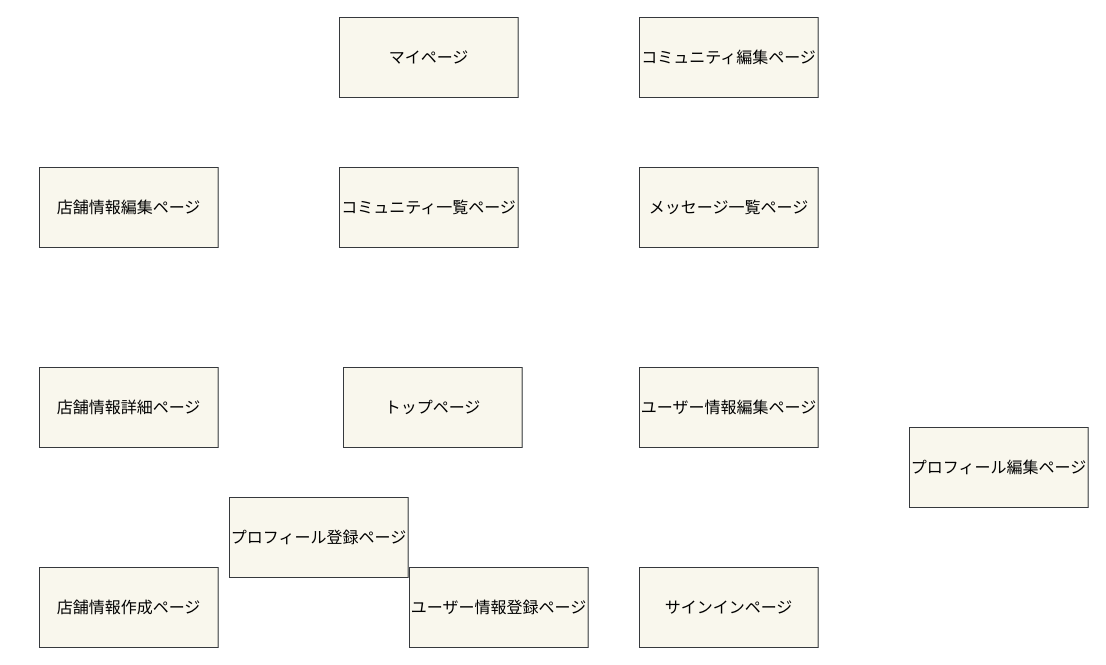
Above: local-eating(map).dio in fujiidan/local-eating (draw.io), before the change. Source tidied: cells renumbered, new cells numbered last; positions are measured from the earlier drawing's top-left corner, leaving out a move shared by most shapes. Both pictures are drawn from the tidied source at 100%, with x=0, y=0 at pixel (39, 17).
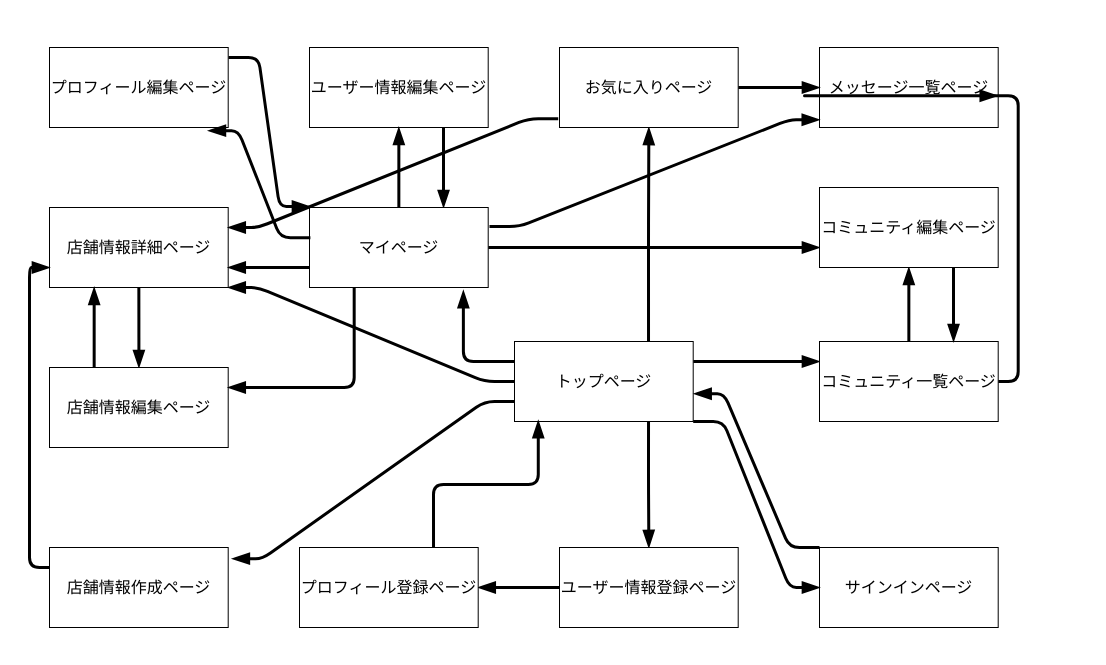
The same page after the edit.

Change to the diagram source:
```diff
@@
-    <mxCell id="2" value="メッセージ一覧ページ" style="rounded=0;whiteSpace=wrap;html=1;fillColor=#f9f7ed;strokeColor=#36393d;fontColor=#000000;fontSize=16;" parent="1" vertex="1">
-      <mxGeometry x="600" y="150" width="178.7" height="80" as="geometry" />
+    <mxCell id="2" value="メッセージ一覧ページ" style="rounded=0;whiteSpace=wrap;html=1;fontSize=16;fontColor=#000000;" parent="1" vertex="1">
+      <mxGeometry x="780" y="30" width="178.7" height="80" as="geometry" />
     </mxCell>
+    <mxCell id="15" style="edgeStyle=orthogonalEdgeStyle;curved=0;rounded=1;sketch=0;jettySize=auto;html=1;exitX=0.75;exitY=1;exitDx=0;exitDy=0;entryX=0.5;entryY=0;entryDx=0;entryDy=0;startSize=6;endArrow=blockThin;endFill=1;endSize=10;strokeWidth=3;strokeColor=#000000;fontColor=#000000;" parent="1" edge="1" source="3" target="12">
+      <mxGeometry relative="1" as="geometry" />
+    </mxCell>
+    <mxCell id="16" style="edgeStyle=orthogonalEdgeStyle;curved=0;rounded=1;sketch=0;jettySize=auto;html=1;exitX=0;exitY=0.25;exitDx=0;exitDy=0;entryX=0.861;entryY=1.04;entryDx=0;entryDy=0;entryPerimeter=0;startSize=6;endArrow=blockThin;endFill=1;endSize=10;strokeWidth=3;strokeColor=#000000;fontColor=#000000;" parent="1" edge="1" source="3" target="10">
+      <mxGeometry relative="1" as="geometry" />
+    </mxCell>
+    <mxCell id="17" style="edgeStyle=orthogonalEdgeStyle;curved=0;rounded=1;sketch=0;jettySize=auto;html=1;exitX=0.75;exitY=0;exitDx=0;exitDy=0;entryX=0.5;entryY=1;entryDx=0;entryDy=0;startSize=6;endArrow=blockThin;endFill=1;endSize=10;strokeWidth=3;strokeColor=#000000;fontColor=#000000;" parent="1" edge="1" source="3" target="33">
+      <mxGeometry relative="1" as="geometry" />
+    </mxCell>
+    <mxCell id="18" style="edgeStyle=orthogonalEdgeStyle;curved=0;rounded=1;sketch=0;jettySize=auto;html=1;exitX=1;exitY=0.25;exitDx=0;exitDy=0;entryX=0;entryY=0.25;entryDx=0;entryDy=0;startSize=6;endArrow=blockThin;endFill=1;endSize=10;strokeWidth=3;strokeColor=#000000;fontColor=#000000;" parent="1" edge="1" source="3" target="6">
+      <mxGeometry relative="1" as="geometry" />
+    </mxCell>
-    <mxCell id="3" value="トップページ" style="rounded=0;whiteSpace=wrap;html=1;fillColor=#f9f7ed;strokeColor=#36393d;fontColor=#000000;fontSize=16;" parent="1" vertex="1">
-      <mxGeometry x="304" y="350" width="178.7" height="80" as="geometry" />
+    <mxCell id="3" value="トップページ" style="rounded=0;whiteSpace=wrap;html=1;fontSize=16;fontColor=#000000;" parent="1" vertex="1">
+      <mxGeometry x="475" y="324" width="178.7" height="80" as="geometry" />
     </mxCell>
+    <mxCell id="19" style="edgeStyle=orthogonalEdgeStyle;curved=0;rounded=1;sketch=0;jettySize=auto;html=1;exitX=0.75;exitY=1;exitDx=0;exitDy=0;entryX=0.75;entryY=0;entryDx=0;entryDy=0;startSize=6;endArrow=blockThin;endFill=1;endSize=10;strokeWidth=3;strokeColor=#000000;fontColor=#000000;" parent="1" edge="1" source="4" target="10">
+      <mxGeometry relative="1" as="geometry" />
+    </mxCell>
-    <mxCell id="4" value="ユーザー情報編集ページ" style="rounded=0;whiteSpace=wrap;html=1;fillColor=#f9f7ed;strokeColor=#36393d;fontColor=#000000;fontSize=16;" parent="1" vertex="1">
-      <mxGeometry x="600" y="350" width="178.7" height="80" as="geometry" />
+    <mxCell id="4" value="ユーザー情報編集ページ" style="rounded=0;whiteSpace=wrap;html=1;fontSize=16;fontColor=#000000;" parent="1" vertex="1">
+      <mxGeometry x="270" y="30" width="178.7" height="80" as="geometry" />
     </mxCell>
+    <mxCell id="20" style="edgeStyle=orthogonalEdgeStyle;curved=0;rounded=1;sketch=0;jettySize=auto;html=1;exitX=0.5;exitY=1;exitDx=0;exitDy=0;startSize=6;endArrow=blockThin;endFill=1;endSize=10;strokeWidth=3;strokeColor=#000000;fontColor=#000000;" parent="1" edge="1" source="5" target="9">
+      <mxGeometry relative="1" as="geometry" />
+    </mxCell>
-    <mxCell id="5" value="店舗情報詳細ページ" style="rounded=0;whiteSpace=wrap;html=1;fillColor=#f9f7ed;strokeColor=#36393d;fontColor=#000000;fontSize=16;" parent="1" vertex="1">
-      <mxGeometry y="350" width="178.7" height="80" as="geometry" />
+    <mxCell id="5" value="店舗情報詳細ページ" style="rounded=0;whiteSpace=wrap;html=1;fontSize=16;fontColor=#000000;" parent="1" vertex="1">
+      <mxGeometry x="10" y="190" width="178.7" height="80" as="geometry" />
     </mxCell>
+    <mxCell id="21" style="edgeStyle=orthogonalEdgeStyle;curved=0;rounded=1;sketch=0;jettySize=auto;html=1;exitX=0.5;exitY=0;exitDx=0;exitDy=0;entryX=0.5;entryY=1;entryDx=0;entryDy=0;startSize=6;endArrow=blockThin;endFill=1;endSize=10;strokeWidth=3;strokeColor=#000000;fontColor=#000000;" parent="1" edge="1" source="6" target="11">
+      <mxGeometry relative="1" as="geometry" />
+    </mxCell>
+    <mxCell id="22" style="edgeStyle=orthogonalEdgeStyle;curved=0;rounded=1;sketch=0;jettySize=auto;html=1;exitX=1;exitY=0.5;exitDx=0;exitDy=0;entryX=0.995;entryY=0.603;entryDx=0;entryDy=0;entryPerimeter=0;startSize=6;endArrow=blockThin;endFill=1;endSize=10;strokeWidth=3;strokeColor=#000000;fontColor=#000000;" parent="1" edge="1" source="6" target="2">
+      <mxGeometry relative="1" as="geometry" />
+    </mxCell>
-    <mxCell id="6" value="コミュニティ一覧ページ" style="rounded=0;whiteSpace=wrap;html=1;fillColor=#f9f7ed;strokeColor=#36393d;fontColor=#000000;fontSize=16;" parent="1" vertex="1">
-      <mxGeometry x="300" y="150" width="178.7" height="80" as="geometry" />
+    <mxCell id="6" value="コミュニティ一覧ページ" style="rounded=0;whiteSpace=wrap;html=1;fontSize=16;fontColor=#000000;" parent="1" vertex="1">
+      <mxGeometry x="780" y="324" width="178.7" height="80" as="geometry" />
     </mxCell>
-    <mxCell id="7" value="サインインページ" style="rounded=0;whiteSpace=wrap;html=1;fillColor=#f9f7ed;strokeColor=#36393d;fontColor=#000000;fontSize=16;" parent="1" vertex="1">
-      <mxGeometry x="600" y="550" width="178.7" height="80" as="geometry" />
+    <mxCell id="7" value="サインインページ" style="rounded=0;whiteSpace=wrap;html=1;fontSize=16;fontColor=#000000;" parent="1" vertex="1">
+      <mxGeometry x="780" y="530" width="178.7" height="80" as="geometry" />
     </mxCell>
+    <mxCell id="23" style="edgeStyle=orthogonalEdgeStyle;curved=0;rounded=1;sketch=0;jettySize=auto;html=1;exitX=0;exitY=0.25;exitDx=0;exitDy=0;entryX=0;entryY=0.75;entryDx=0;entryDy=0;startSize=6;endArrow=blockThin;endFill=1;endSize=10;strokeWidth=3;strokeColor=#000000;fontColor=#000000;" parent="1" edge="1" source="8" target="5">
+      <mxGeometry relative="1" as="geometry" />
+    </mxCell>
-    <mxCell id="8" value="店舗情報作成ページ" style="rounded=0;whiteSpace=wrap;html=1;fillColor=#f9f7ed;strokeColor=#36393d;fontColor=#000000;fontSize=16;" parent="1" vertex="1">
-      <mxGeometry y="550" width="178.7" height="80" as="geometry" />
+    <mxCell id="8" value="店舗情報作成ページ" style="rounded=0;whiteSpace=wrap;html=1;fontSize=16;fontColor=#000000;" parent="1" vertex="1">
+      <mxGeometry x="10" y="530" width="178.7" height="80" as="geometry" />
     </mxCell>
+    <mxCell id="24" style="edgeStyle=orthogonalEdgeStyle;curved=0;rounded=1;sketch=0;jettySize=auto;html=1;exitX=0.25;exitY=0;exitDx=0;exitDy=0;entryX=0.25;entryY=1;entryDx=0;entryDy=0;startSize=6;endArrow=blockThin;endFill=1;endSize=10;strokeWidth=3;strokeColor=#000000;fontColor=#000000;" parent="1" edge="1" source="9" target="5">
+      <mxGeometry relative="1" as="geometry" />
+    </mxCell>
-    <mxCell id="9" value="店舗情報編集ページ" style="rounded=0;whiteSpace=wrap;html=1;fillColor=#f9f7ed;strokeColor=#36393d;fontColor=#000000;fontSize=16;" parent="1" vertex="1">
-      <mxGeometry y="150" width="178.7" height="80" as="geometry" />
+    <mxCell id="9" value="店舗情報編集ページ" style="rounded=0;whiteSpace=wrap;html=1;fontSize=16;fontColor=#000000;" parent="1" vertex="1">
+      <mxGeometry x="10" y="350" width="178.7" height="80" as="geometry" />
     </mxCell>
+    <mxCell id="25" style="edgeStyle=orthogonalEdgeStyle;curved=0;rounded=1;sketch=0;jettySize=auto;html=1;exitX=0.5;exitY=0;exitDx=0;exitDy=0;entryX=0.5;entryY=1;entryDx=0;entryDy=0;startSize=6;endArrow=blockThin;endFill=1;endSize=10;strokeWidth=3;strokeColor=#000000;fontColor=#000000;" parent="1" edge="1" source="10" target="4">
+      <mxGeometry relative="1" as="geometry" />
+    </mxCell>
+    <mxCell id="26" style="edgeStyle=orthogonalEdgeStyle;curved=0;rounded=1;sketch=0;jettySize=auto;html=1;exitX=0.25;exitY=1;exitDx=0;exitDy=0;entryX=1;entryY=0.25;entryDx=0;entryDy=0;startSize=6;endArrow=blockThin;endFill=1;endSize=10;strokeWidth=3;strokeColor=#000000;fontColor=#000000;" parent="1" edge="1" source="10" target="9">
+      <mxGeometry relative="1" as="geometry" />
+    </mxCell>
+    <mxCell id="27" style="edgeStyle=orthogonalEdgeStyle;curved=0;rounded=1;sketch=0;jettySize=auto;html=1;exitX=1;exitY=0.5;exitDx=0;exitDy=0;entryX=0;entryY=0.75;entryDx=0;entryDy=0;startSize=6;endArrow=blockThin;endFill=1;endSize=10;strokeWidth=3;strokeColor=#000000;fontColor=#000000;" parent="1" edge="1" source="10" target="11">
+      <mxGeometry relative="1" as="geometry" />
+    </mxCell>
+    <mxCell id="28" style="edgeStyle=orthogonalEdgeStyle;curved=0;rounded=1;sketch=0;jettySize=auto;html=1;exitX=0;exitY=0.75;exitDx=0;exitDy=0;entryX=1;entryY=0.75;entryDx=0;entryDy=0;startSize=6;endArrow=blockThin;endFill=1;endSize=10;strokeWidth=3;strokeColor=#000000;fontColor=#000000;" parent="1" edge="1" source="10" target="5">
+      <mxGeometry relative="1" as="geometry" />
+    </mxCell>
-    <mxCell id="10" value="マイページ" style="rounded=0;whiteSpace=wrap;html=1;fillColor=#f9f7ed;strokeColor=#36393d;fontColor=#000000;fontSize=16;" parent="1" vertex="1">
-      <mxGeometry x="300" width="178.7" height="80" as="geometry" />
+    <mxCell id="10" value="マイページ" style="rounded=0;whiteSpace=wrap;html=1;fontSize=16;fontColor=#000000;" parent="1" vertex="1">
+      <mxGeometry x="270" y="190" width="178.7" height="80" as="geometry" />
     </mxCell>
+    <mxCell id="29" style="edgeStyle=orthogonalEdgeStyle;curved=0;rounded=1;sketch=0;jettySize=auto;html=1;exitX=0.75;exitY=1;exitDx=0;exitDy=0;entryX=0.75;entryY=0;entryDx=0;entryDy=0;startSize=6;endArrow=blockThin;endFill=1;endSize=10;strokeWidth=3;strokeColor=#000000;fontColor=#000000;" parent="1" edge="1" source="11" target="6">
+      <mxGeometry relative="1" as="geometry" />
+    </mxCell>
-    <mxCell id="11" value="コミュニティ編集ページ" style="rounded=0;whiteSpace=wrap;html=1;fillColor=#f9f7ed;strokeColor=#36393d;fontColor=#000000;fontSize=16;" parent="1" vertex="1">
-      <mxGeometry x="600" width="178.7" height="80" as="geometry" />
+    <mxCell id="11" value="コミュニティ編集ページ" style="rounded=0;whiteSpace=wrap;html=1;fontSize=16;fontColor=#000000;" parent="1" vertex="1">
+      <mxGeometry x="780" y="170" width="178.7" height="80" as="geometry" />
     </mxCell>
+    <mxCell id="30" style="edgeStyle=orthogonalEdgeStyle;curved=0;rounded=1;sketch=0;jettySize=auto;html=1;exitX=0;exitY=0.5;exitDx=0;exitDy=0;entryX=1;entryY=0.5;entryDx=0;entryDy=0;startSize=6;endArrow=blockThin;endFill=1;endSize=10;strokeWidth=3;strokeColor=#000000;fontColor=#000000;" parent="1" edge="1" source="12" target="14">
+      <mxGeometry relative="1" as="geometry" />
+    </mxCell>
-    <mxCell id="12" value="ユーザー情報登録ページ" style="rounded=0;whiteSpace=wrap;html=1;fillColor=#f9f7ed;strokeColor=#36393d;fontColor=#000000;fontSize=16;" parent="1" vertex="1">
-      <mxGeometry x="370" y="550" width="178.7" height="80" as="geometry" />
+    <mxCell id="12" value="ユーザー情報登録ページ" style="rounded=0;whiteSpace=wrap;html=1;fontSize=16;fontColor=#000000;" parent="1" vertex="1">
+      <mxGeometry x="520" y="530" width="178.7" height="80" as="geometry" />
     </mxCell>
-    <mxCell id="13" value="プロフィール編集ページ" style="rounded=0;whiteSpace=wrap;html=1;fillColor=#f9f7ed;strokeColor=#36393d;fontColor=#000000;fontSize=16;" parent="1" vertex="1">
-      <mxGeometry x="870" y="410" width="178.7" height="80" as="geometry" />
+    <mxCell id="13" value="プロフィール編集ページ" style="rounded=0;whiteSpace=wrap;html=1;fontSize=16;fontColor=#000000;" parent="1" vertex="1">
+      <mxGeometry x="10" y="30" width="178.7" height="80" as="geometry" />
     </mxCell>
+    <mxCell id="31" style="edgeStyle=orthogonalEdgeStyle;curved=0;rounded=1;sketch=0;jettySize=auto;html=1;exitX=0.75;exitY=0;exitDx=0;exitDy=0;entryX=0.133;entryY=0.99;entryDx=0;entryDy=0;entryPerimeter=0;startSize=6;endArrow=blockThin;endFill=1;endSize=10;strokeWidth=3;strokeColor=#000000;fontColor=#000000;" parent="1" edge="1" source="14" target="3">
+      <mxGeometry relative="1" as="geometry" />
+    </mxCell>
-    <mxCell id="14" value="プロフィール登録ページ" style="rounded=0;whiteSpace=wrap;html=1;fillColor=#f9f7ed;strokeColor=#36393d;fontColor=#000000;fontSize=16;" parent="1" vertex="1">
-      <mxGeometry x="190" y="480" width="178.7" height="80" as="geometry" />
+    <mxCell id="14" value="プロフィール登録ページ" style="rounded=0;whiteSpace=wrap;html=1;fontSize=16;fontColor=#000000;" parent="1" vertex="1">
+      <mxGeometry x="260" y="530" width="178.7" height="80" as="geometry" />
     </mxCell>
+    <mxCell id="32" style="edgeStyle=orthogonalEdgeStyle;curved=0;rounded=1;sketch=0;jettySize=auto;html=1;exitX=1;exitY=0.5;exitDx=0;exitDy=0;entryX=0;entryY=0.5;entryDx=0;entryDy=0;startSize=6;endArrow=blockThin;endFill=1;endSize=10;strokeWidth=3;strokeColor=#000000;fontColor=#000000;" parent="1" edge="1" source="33" target="2">
+      <mxGeometry relative="1" as="geometry" />
+    </mxCell>
+    <mxCell id="33" value="お気に入りページ" style="rounded=0;whiteSpace=wrap;html=1;fontSize=16;fontColor=#000000;" parent="1" vertex="1">
+      <mxGeometry x="520" y="30" width="178.7" height="80" as="geometry" />
+    </mxCell>
+    <mxCell id="34" style="edgeStyle=entityRelationEdgeStyle;fontSize=12;html=1;endArrow=blockThin;endFill=1;strokeWidth=3;endSize=10;exitX=0;exitY=0.75;exitDx=0;exitDy=0;entryX=1.023;entryY=0.14;entryDx=0;entryDy=0;entryPerimeter=0;strokeColor=#000000;fontColor=#000000;" parent="1" edge="1" source="3" target="8">
+      <mxGeometry relative="1" as="geometry" />
+    </mxCell>
+    <mxCell id="35" style="edgeStyle=entityRelationEdgeStyle;fontSize=12;html=1;endArrow=blockThin;endFill=1;strokeWidth=3;endSize=10;entryX=0;entryY=0.5;entryDx=0;entryDy=0;exitX=1;exitY=1;exitDx=0;exitDy=0;strokeColor=#000000;fontColor=#000000;" parent="1" edge="1" source="3" target="7">
+      <mxGeometry relative="1" as="geometry" />
+    </mxCell>
+    <mxCell id="36" style="edgeStyle=entityRelationEdgeStyle;fontSize=12;html=1;endArrow=blockThin;endFill=1;strokeWidth=3;endSize=10;entryX=-0.001;entryY=0.903;entryDx=0;entryDy=0;entryPerimeter=0;strokeColor=#000000;fontColor=#000000;" parent="1" edge="1" target="2">
+      <mxGeometry relative="1" as="geometry">
+        <mxPoint x="450" y="209" as="sourcePoint" />
+      </mxGeometry>
+    </mxCell>
+    <mxCell id="37" style="edgeStyle=entityRelationEdgeStyle;fontSize=12;html=1;endArrow=blockThin;endFill=1;strokeWidth=3;endSize=10;exitX=-0.007;exitY=0.89;exitDx=0;exitDy=0;entryX=1;entryY=0.25;entryDx=0;entryDy=0;exitPerimeter=0;strokeColor=#000000;fontColor=#000000;" parent="1" edge="1" source="33" target="5">
+      <mxGeometry relative="1" as="geometry" />
+    </mxCell>
+    <mxCell id="38" style="edgeStyle=entityRelationEdgeStyle;fontSize=12;html=1;endArrow=blockThin;endFill=1;strokeWidth=3;endSize=10;entryX=1.005;entryY=0.653;entryDx=0;entryDy=0;entryPerimeter=0;exitX=0;exitY=0;exitDx=0;exitDy=0;strokeColor=#000000;fontColor=#000000;" parent="1" edge="1" source="7" target="3">
+      <mxGeometry relative="1" as="geometry" />
+    </mxCell>
+    <mxCell id="39" style="edgeStyle=entityRelationEdgeStyle;fontSize=12;html=1;endArrow=blockThin;endFill=1;strokeWidth=3;endSize=10;entryX=1;entryY=1;entryDx=0;entryDy=0;exitX=0;exitY=0.5;exitDx=0;exitDy=0;strokeColor=#000000;fontColor=#000000;" parent="1" edge="1" source="3" target="5">
+      <mxGeometry relative="1" as="geometry" />
+    </mxCell>
+    <mxCell id="40" style="edgeStyle=entityRelationEdgeStyle;fontSize=12;html=1;endArrow=blockThin;endFill=1;strokeWidth=3;endSize=10;strokeColor=#000000;fontColor=#000000;" parent="1" edge="1">
+      <mxGeometry relative="1" as="geometry">
+        <mxPoint x="189" y="40" as="sourcePoint" />
+        <mxPoint x="270" y="189" as="targetPoint" />
+      </mxGeometry>
+    </mxCell>
+    <mxCell id="41" style="edgeStyle=entityRelationEdgeStyle;fontSize=12;html=1;endArrow=blockThin;endFill=1;strokeWidth=3;endSize=10;entryX=0.889;entryY=1.04;entryDx=0;entryDy=0;exitX=0.005;exitY=0.378;exitDx=0;exitDy=0;entryPerimeter=0;exitPerimeter=0;strokeColor=#000000;fontColor=#000000;" parent="1" edge="1" source="10" target="13">
+      <mxGeometry relative="1" as="geometry" />
+    </mxCell>
```
